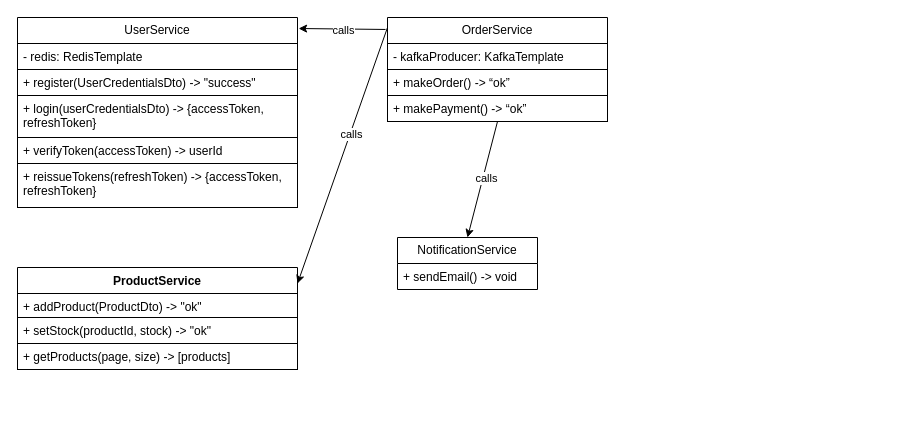
vacu9708/Shopping-mall keeps this draw.io diagram as class_diagram.drawio. Above is the earlier version. Source tidied: cells renumbered, new cells numbered last; positions are measured from the earlier drawing's top-left corner, leaving out a move shared by most shapes. Both pictures are drawn from the tidied source at 100%, with x=0, y=0 at pixel (17, 17).
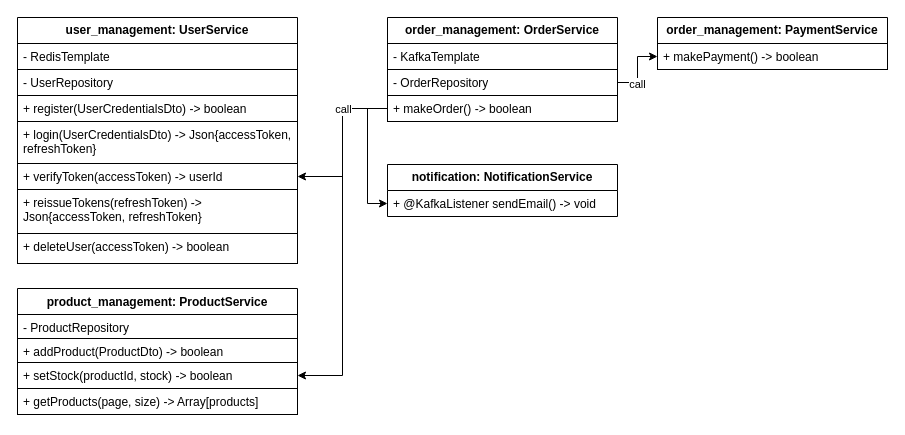
After the change.

The edit, as a diff of the source:
```diff
@@
-    <mxCell id="2" value="OrderService" style="swimlane;fontStyle=0;horizontal=1;startSize=26;fillColor=none;whiteSpace=wrap;html=1;" parent="1" vertex="1">
-      <mxGeometry x="370" width="220" height="104" as="geometry" />
+    <mxCell id="2" value="&lt;b&gt;order_management: OrderService&lt;/b&gt;" style="swimlane;fontStyle=0;horizontal=1;startSize=26;fillColor=none;whiteSpace=wrap;html=1;" parent="1" vertex="1">
+      <mxGeometry x="370" width="230" height="104" as="geometry" />
     </mxCell>
-    <mxCell id="3" value="- kafkaProducer: KafkaTemplate" style="text;strokeColor=default;fillColor=default;align=left;verticalAlign=top;spacingLeft=4;spacingRight=4;overflow=hidden;whiteSpace=wrap;html=1;" parent="2" vertex="1">
-      <mxGeometry y="26" width="220" height="26" as="geometry" />
+    <mxCell id="3" value="- KafkaTemplate" style="text;strokeColor=default;fillColor=default;align=left;verticalAlign=top;spacingLeft=4;spacingRight=4;overflow=hidden;whiteSpace=wrap;html=1;" parent="2" vertex="1">
+      <mxGeometry y="26" width="230" height="26" as="geometry" />
     </mxCell>
+    <mxCell id="24" value="- OrderRepository" style="text;strokeColor=default;fillColor=default;align=left;verticalAlign=top;spacingLeft=4;spacingRight=4;overflow=hidden;points=[[0,0.5],[1,0.5]];portConstraint=eastwest;whiteSpace=wrap;html=1;" parent="2" vertex="1">
+      <mxGeometry y="52" width="230" height="26" as="geometry" />
+    </mxCell>
-    <mxCell id="4" value="+ makeOrder() -&amp;gt; “ok”" style="text;strokeColor=default;fillColor=default;align=left;verticalAlign=top;spacingLeft=4;spacingRight=4;overflow=hidden;points=[[0,0.5],[1,0.5]];portConstraint=eastwest;whiteSpace=wrap;html=1;" parent="2" vertex="1">
-      <mxGeometry y="52" width="220" height="26" as="geometry" />
+    <mxCell id="4" value="+ makeOrder() -&amp;gt; boolean" style="text;strokeColor=default;fillColor=default;align=left;verticalAlign=top;spacingLeft=4;spacingRight=4;overflow=hidden;points=[[0,0.5],[1,0.5]];portConstraint=eastwest;whiteSpace=wrap;html=1;" parent="2" vertex="1">
+      <mxGeometry y="78" width="230" height="26" as="geometry" />
     </mxCell>
-    <mxCell id="5" value="+ makePayment() -&amp;gt; “ok”" style="text;strokeColor=default;fillColor=default;align=left;verticalAlign=top;spacingLeft=4;spacingRight=4;overflow=hidden;whiteSpace=wrap;html=1;" parent="2" vertex="1">
-      <mxGeometry y="78" width="220" height="26" as="geometry" />
-    </mxCell>
-    <mxCell id="6" value="UserService" style="swimlane;fontStyle=0;horizontal=1;startSize=26;fillColor=none;whiteSpace=wrap;html=1;" parent="1" vertex="1">
-      <mxGeometry width="280" height="190" as="geometry" />
+    <mxCell id="6" value="&lt;b&gt;user_management: UserService&lt;/b&gt;" style="swimlane;fontStyle=0;horizontal=1;startSize=26;fillColor=none;whiteSpace=wrap;html=1;" parent="1" vertex="1">
+      <mxGeometry width="280" height="246" as="geometry" />
     </mxCell>
-    <mxCell id="7" value="- redis: RedisTemplate&lt;br&gt;" style="text;strokeColor=default;fillColor=none;align=left;verticalAlign=top;spacingLeft=4;spacingRight=4;overflow=hidden;whiteSpace=wrap;html=1;" parent="6" vertex="1">
+    <mxCell id="7" value="- RedisTemplate" style="text;strokeColor=default;fillColor=none;align=left;verticalAlign=top;spacingLeft=4;spacingRight=4;overflow=hidden;whiteSpace=wrap;html=1;" parent="6" vertex="1">
       <mxGeometry y="26" width="280" height="26" as="geometry" />
     </mxCell>
+    <mxCell id="25" value="- UserRepository" style="text;strokeColor=default;fillColor=none;align=left;verticalAlign=top;spacingLeft=4;spacingRight=4;overflow=hidden;whiteSpace=wrap;html=1;" parent="6" vertex="1">
+      <mxGeometry y="52" width="280" height="26" as="geometry" />
+    </mxCell>
-    <mxCell id="8" value="+ register(UserCredentialsDto) -&amp;gt; &quot;success&quot;" style="text;strokeColor=default;fillColor=none;align=left;verticalAlign=top;spacingLeft=4;spacingRight=4;overflow=hidden;whiteSpace=wrap;html=1;" parent="6" vertex="1">
-      <mxGeometry y="52" width="280" height="26" as="geometry" />
+    <mxCell id="8" value="+ register(UserCredentialsDto) -&amp;gt; boolean" style="text;strokeColor=default;fillColor=none;align=left;verticalAlign=top;spacingLeft=4;spacingRight=4;overflow=hidden;whiteSpace=wrap;html=1;" parent="6" vertex="1">
+      <mxGeometry y="78" width="280" height="26" as="geometry" />
     </mxCell>
-    <mxCell id="9" value="+ login(userCredentialsDto) -&amp;gt; {accessToken, refreshToken}" style="text;strokeColor=default;fillColor=none;align=left;verticalAlign=top;spacingLeft=4;spacingRight=4;overflow=hidden;whiteSpace=wrap;html=1;" parent="6" vertex="1">
-      <mxGeometry y="78" width="280" height="42" as="geometry" />
+    <mxCell id="9" value="+ login(UserCredentialsDto&lt;span style=&quot;background-color: initial;&quot;&gt;) -&amp;gt; Json{accessToken, refreshToken}&lt;/span&gt;" style="text;strokeColor=default;fillColor=none;align=left;verticalAlign=top;spacingLeft=4;spacingRight=4;overflow=hidden;whiteSpace=wrap;html=1;" parent="6" vertex="1">
+      <mxGeometry y="104" width="280" height="42" as="geometry" />
     </mxCell>
     <mxCell id="10" value="&lt;p style=&quot;margin-top: 0pt; margin-bottom: 0pt; margin-left: 0in; direction: ltr; unicode-bidi: embed; word-break: normal;&quot;&gt;+ verifyToken(accessToken) -&amp;gt; userId&lt;br&gt;&lt;/p&gt;" style="text;strokeColor=default;fillColor=none;align=left;verticalAlign=top;spacingLeft=4;spacingRight=4;overflow=hidden;points=[[0,0.5],[1,0.5]];portConstraint=eastwest;whiteSpace=wrap;html=1;" parent="6" vertex="1">
-      <mxGeometry y="120" width="280" height="26" as="geometry" />
+      <mxGeometry y="146" width="280" height="26" as="geometry" />
     </mxCell>
-    <mxCell id="11" value="&lt;p style=&quot;margin-top: 0pt; margin-bottom: 0pt; margin-left: 0in; direction: ltr; unicode-bidi: embed; word-break: normal;&quot;&gt;+ reissueTokens(refreshToken) -&amp;gt; {accessToken, refreshToken}&lt;br&gt;&lt;/p&gt;" style="text;strokeColor=default;fillColor=none;align=left;verticalAlign=top;spacingLeft=4;spacingRight=4;overflow=hidden;whiteSpace=wrap;html=1;" parent="6" vertex="1">
-      <mxGeometry y="146" width="280" height="44" as="geometry" />
+    <mxCell id="11" value="&lt;p style=&quot;margin-top: 0pt; margin-bottom: 0pt; margin-left: 0in; direction: ltr; unicode-bidi: embed; word-break: normal;&quot;&gt;+ reissueTokens(refreshToken) -&amp;gt; Json{accessToken, refreshToken}&lt;br&gt;&lt;/p&gt;" style="text;strokeColor=default;fillColor=none;align=left;verticalAlign=top;spacingLeft=4;spacingRight=4;overflow=hidden;whiteSpace=wrap;html=1;" parent="6" vertex="1">
+      <mxGeometry y="172" width="280" height="44" as="geometry" />
     </mxCell>
+    <mxCell id="26" value="&lt;p style=&quot;margin-top: 0pt; margin-bottom: 0pt; margin-left: 0in; direction: ltr; unicode-bidi: embed; word-break: normal;&quot;&gt;+ deleteUser(accessToken) -&amp;gt; boolean&lt;br&gt;&lt;/p&gt;" style="text;strokeColor=default;fillColor=none;align=left;verticalAlign=top;spacingLeft=4;spacingRight=4;overflow=hidden;whiteSpace=wrap;html=1;" parent="6" vertex="1">
+      <mxGeometry y="216" width="280" height="30" as="geometry" />
+    </mxCell>
-    <mxCell id="12" value="ProductService" style="swimlane;fontStyle=1;align=center;verticalAlign=top;horizontal=1;startSize=26;whiteSpace=wrap;html=1;" parent="1" vertex="1">
-      <mxGeometry y="250" width="280" height="102" as="geometry" />
+    <mxCell id="12" value="product_management: ProductService" style="swimlane;fontStyle=1;align=center;verticalAlign=top;horizontal=1;startSize=26;whiteSpace=wrap;html=1;fillColor=none;" parent="1" vertex="1">
+      <mxGeometry y="271" width="280" height="126" as="geometry" />
     </mxCell>
-    <mxCell id="13" value="+ addProduct(ProductDto) -&amp;gt; &quot;ok&quot;" style="text;strokeColor=default;fillColor=none;align=left;verticalAlign=top;spacingLeft=4;spacingRight=4;overflow=hidden;whiteSpace=wrap;html=1;" parent="12" vertex="1">
+    <mxCell id="13" value="- ProductRepository" style="text;strokeColor=default;fillColor=none;align=left;verticalAlign=top;spacingLeft=4;spacingRight=4;overflow=hidden;whiteSpace=wrap;html=1;" parent="12" vertex="1">
       <mxGeometry y="26" width="280" height="24" as="geometry" />
     </mxCell>
+    <mxCell id="27" value="+ addProduct(ProductDto) -&amp;gt; boolean" style="text;strokeColor=default;fillColor=none;align=left;verticalAlign=top;spacingLeft=4;spacingRight=4;overflow=hidden;whiteSpace=wrap;html=1;" parent="12" vertex="1">
+      <mxGeometry y="50" width="280" height="24" as="geometry" />
+    </mxCell>
-    <mxCell id="14" value="+ setStock(productId, stock) -&amp;gt; &quot;ok&quot;" style="text;strokeColor=default;fillColor=none;align=left;verticalAlign=top;spacingLeft=4;spacingRight=4;overflow=hidden;points=[[0,0.5],[1,0.5]];portConstraint=eastwest;whiteSpace=wrap;html=1;" parent="12" vertex="1">
-      <mxGeometry y="50" width="280" height="26" as="geometry" />
+    <mxCell id="14" value="+ setStock(productId, stock) -&amp;gt; boolean" style="text;strokeColor=default;fillColor=none;align=left;verticalAlign=top;spacingLeft=4;spacingRight=4;overflow=hidden;points=[[0,0.5],[1,0.5]];portConstraint=eastwest;whiteSpace=wrap;html=1;" parent="12" vertex="1">
+      <mxGeometry y="74" width="280" height="26" as="geometry" />
     </mxCell>
-    <mxCell id="15" value="&lt;p style=&quot;margin-top: 0pt; margin-bottom: 0pt; margin-left: 0in; direction: ltr; unicode-bidi: embed; word-break: normal;&quot;&gt;+ getProducts(page, size) -&amp;gt; [products]&lt;br&gt;&lt;/p&gt;" style="text;strokeColor=default;fillColor=none;align=left;verticalAlign=top;spacingLeft=4;spacingRight=4;overflow=hidden;whiteSpace=wrap;html=1;" parent="12" vertex="1">
-      <mxGeometry y="76" width="280" height="26" as="geometry" />
+    <mxCell id="15" value="&lt;p style=&quot;margin-top: 0pt; margin-bottom: 0pt; margin-left: 0in; direction: ltr; unicode-bidi: embed; word-break: normal;&quot;&gt;+ getProducts(page, size) -&amp;gt; Array[products]&lt;br&gt;&lt;/p&gt;" style="text;strokeColor=default;fillColor=none;align=left;verticalAlign=top;spacingLeft=4;spacingRight=4;overflow=hidden;whiteSpace=wrap;html=1;" parent="12" vertex="1">
+      <mxGeometry y="100" width="280" height="26" as="geometry" />
     </mxCell>
-    <mxCell id="16" value="NotificationService" style="swimlane;fontStyle=0;horizontal=1;startSize=26;fillColor=none;whiteSpace=wrap;html=1;" parent="1" vertex="1">
-      <mxGeometry x="380" y="220" width="140" height="52" as="geometry" />
+    <mxCell id="16" value="&lt;b&gt;notification: NotificationService&lt;/b&gt;" style="swimlane;fontStyle=0;horizontal=1;startSize=26;fillColor=none;whiteSpace=wrap;html=1;" parent="1" vertex="1">
+      <mxGeometry x="370" y="147" width="230" height="52" as="geometry" />
     </mxCell>
-    <mxCell id="17" value="+ sendEmail() -&amp;gt; void" style="text;strokeColor=none;fillColor=none;align=left;verticalAlign=top;spacingLeft=4;spacingRight=4;overflow=hidden;points=[[0,0.5],[1,0.5]];portConstraint=eastwest;whiteSpace=wrap;html=1;" parent="16" vertex="1">
-      <mxGeometry y="26" width="140" height="26" as="geometry" />
+    <mxCell id="17" value="+ @KafkaListener sendEmail() -&amp;gt; void" style="text;strokeColor=none;fillColor=none;align=left;verticalAlign=top;spacingLeft=4;spacingRight=4;overflow=hidden;points=[[0,0.5],[1,0.5]];portConstraint=eastwest;whiteSpace=wrap;html=1;" parent="16" vertex="1">
+      <mxGeometry y="26" width="230" height="26" as="geometry" />
     </mxCell>
-    <mxCell id="18" style="endArrow=classic;html=1;rounded=0;entryX=1.004;entryY=0.058;entryDx=0;entryDy=0;entryPerimeter=0;exitX=-0.009;exitY=0.115;exitDx=0;exitDy=0;exitPerimeter=0;" parent="1" edge="1" source="2" target="6">
-      <mxGeometry relative="1" as="geometry" />
-    </mxCell>
-    <mxCell id="19" value="calls" style="edgeLabel;html=1;align=center;verticalAlign=middle;" parent="18" vertex="1">
-      <mxGeometry x="-0.01" y="1" relative="1" as="geometry" />
-    </mxCell>
-    <mxCell id="20" style="endArrow=classic;html=1;rounded=0;entryX=1;entryY=0.157;entryDx=0;entryDy=0;entryPerimeter=0;" parent="1" edge="1" target="12">
-      <mxGeometry relative="1" as="geometry">
-        <mxPoint x="370" y="10" as="sourcePoint" />
-      </mxGeometry>
-    </mxCell>
-    <mxCell id="21" value="calls" style="edgeLabel;html=1;align=center;verticalAlign=middle;" parent="20" vertex="1">
-      <mxGeometry x="-0.17" y="1" relative="1" as="geometry" />
-    </mxCell>
-    <mxCell id="22" style="endArrow=classic;html=1;rounded=0;entryX=0.5;entryY=0;entryDx=0;entryDy=0;exitX=0.5;exitY=1;exitDx=0;exitDy=0;" parent="1" edge="1" source="2" target="16">
-      <mxGeometry relative="1" as="geometry" />
-    </mxCell>
-    <mxCell id="23" value="calls" style="edgeLabel;html=1;align=center;verticalAlign=middle;" parent="22" vertex="1">
-      <mxGeometry x="-0.03" y="3" relative="1" as="geometry" />
-    </mxCell>
+    <mxCell id="28" value="&lt;b&gt;order_management: PaymentService&lt;/b&gt;" style="swimlane;fontStyle=0;horizontal=1;startSize=26;fillColor=none;whiteSpace=wrap;html=1;" parent="1" vertex="1">
+      <mxGeometry x="640" width="230" height="52" as="geometry" />
+    </mxCell>
+    <mxCell id="29" value="+ makePayment() -&amp;gt; boolean" style="text;strokeColor=default;fillColor=default;align=left;verticalAlign=top;spacingLeft=4;spacingRight=4;overflow=hidden;points=[[0,0.5],[1,0.5]];portConstraint=eastwest;whiteSpace=wrap;html=1;" parent="28" vertex="1">
+      <mxGeometry y="26" width="230" height="26" as="geometry" />
+    </mxCell>
+    <mxCell id="30" style="edgeStyle=orthogonalEdgeStyle;rounded=0;jettySize=auto;html=1;entryX=1;entryY=0.5;entryDx=0;entryDy=0;" parent="1" edge="1" source="4" target="14">
+      <mxGeometry relative="1" as="geometry" />
+    </mxCell>
+    <mxCell id="31" style="edgeStyle=orthogonalEdgeStyle;rounded=0;jettySize=auto;html=1;entryX=1;entryY=0.5;entryDx=0;entryDy=0;" parent="1" edge="1" source="4" target="10">
+      <mxGeometry relative="1" as="geometry" />
+    </mxCell>
+    <mxCell id="32" value="call" style="edgeLabel;html=1;align=center;verticalAlign=middle;" parent="31" vertex="1">
+      <mxGeometry x="-0.43" relative="1" as="geometry" />
+    </mxCell>
+    <mxCell id="33" style="edgeStyle=orthogonalEdgeStyle;rounded=0;jettySize=auto;html=1;entryX=0;entryY=0.5;entryDx=0;entryDy=0;" parent="1" edge="1" source="24" target="29">
+      <mxGeometry relative="1" as="geometry" />
+    </mxCell>
+    <mxCell id="34" value="call" style="edgeLabel;html=1;align=center;verticalAlign=middle;" parent="33" vertex="1">
+      <mxGeometry x="-0.41" y="-1" relative="1" as="geometry" />
+    </mxCell>
+    <mxCell id="35" style="edgeStyle=orthogonalEdgeStyle;rounded=0;jettySize=auto;html=1;entryX=0;entryY=0.5;entryDx=0;entryDy=0;" parent="1" edge="1" source="4" target="17">
+      <mxGeometry relative="1" as="geometry" />
+    </mxCell>
```
